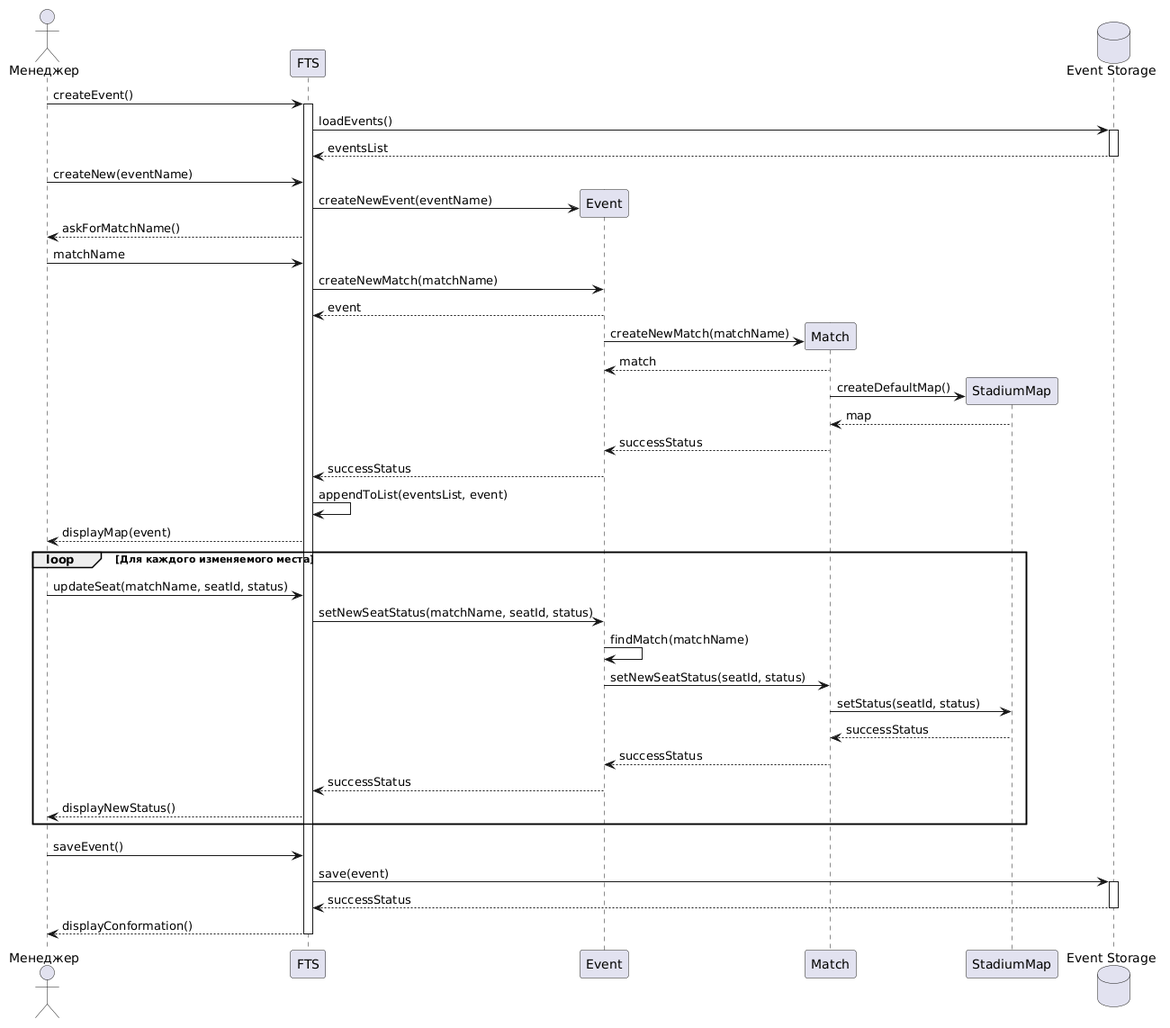
penamarth/bsbo-11-24_team5_var10_football keeps this PlantUML diagram as source/diagram3.png. Above is the earlier version. The source it was exported from:
```plantuml
@startuml
actor "Менеджер" as Manager

participant "FTS" as Controller
participant "Event" as Event
participant "Match" as Match
participant "StadiumMap" as Map
database "Event Storage" as DB

Manager -> Controller : createEvent()
activate Controller

Controller -> DB: loadEvents()
activate DB
DB --> Controller : eventsList
deactivate DB


Manager -> Controller : createNew(eventName)
create Event
Controller -> Event : createNewEvent(eventName)
Controller --> Manager : askForMatchName()
Manager -> Controller: matchName
Controller -> Event : createNewMatch(matchName)
Event --> Controller : event
create Match
Event -> Match: createNewMatch(matchName)
Match --> Event : match
create Map
Match -> Map : createDefaultMap()
Map --> Match : map
Match --> Event : successStatus
Event --> Controller : successStatus
Controller -> Controller : appendToList(eventsList, event)
Controller --> Manager : displayMap(event)

loop Для каждого изменяемого места
    Manager -> Controller : updateSeat(matchName, seatId, status)
    Controller -> Event : setNewSeatStatus(matchName, seatId, status)
    Event -> Event : findMatch(matchName)
    Event -> Match : setNewSeatStatus(seatId, status)
    Match -> Map : setStatus(seatId, status)
    Map --> Match : successStatus
    Match --> Event : successStatus
    Event --> Controller : successStatus
    Controller --> Manager : displayNewStatus()
end

Manager -> Controller : saveEvent()
Controller -> DB : save(event)
activate DB
DB --> Controller : successStatus
deactivate DB
Controller --> Manager : displayConformation()
deactivate Controller
@enduml
```
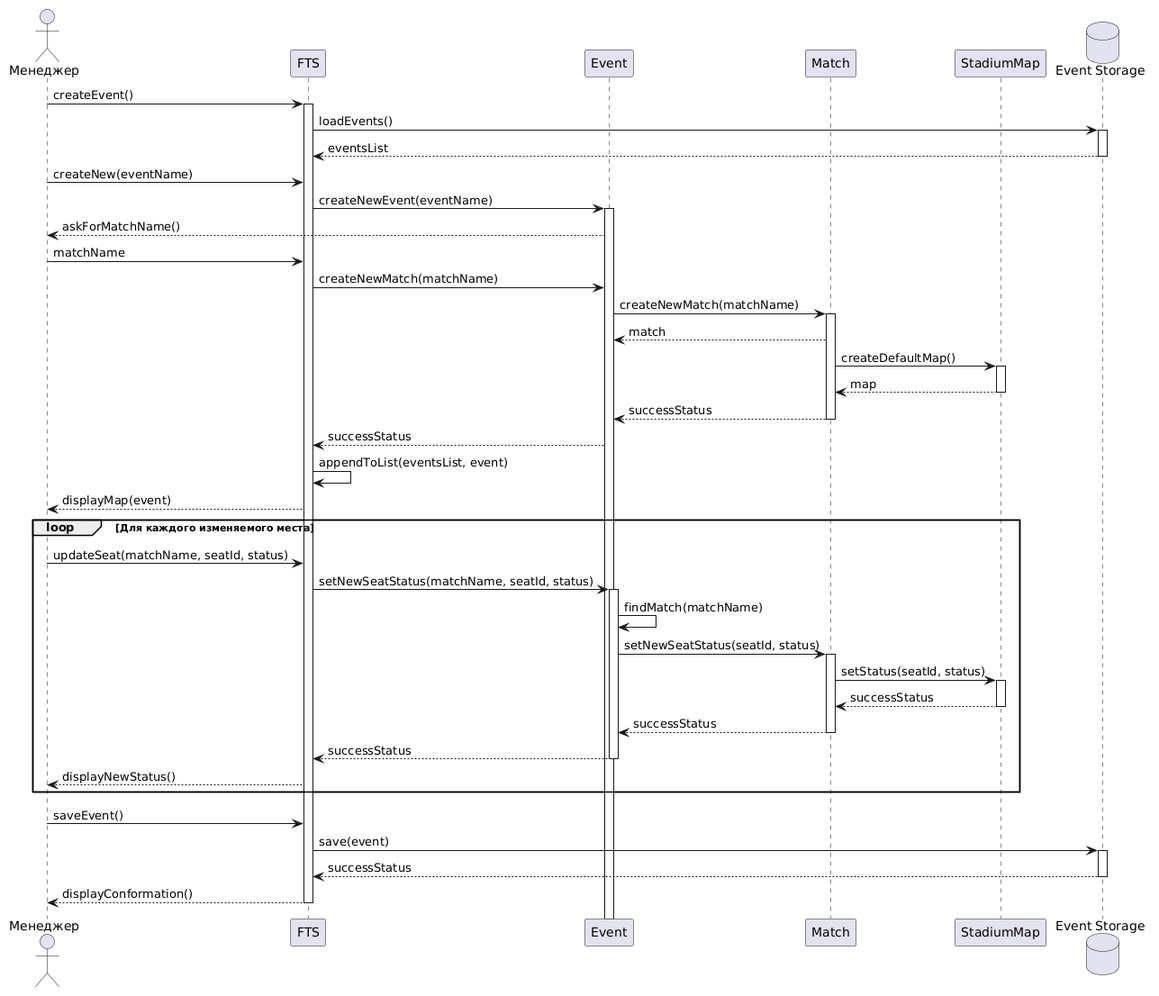
After the commit.

Diff of the diagram source:
```diff
@@ -10,47 +10,73 @@
 Manager -> Controller : createEvent()
 activate Controller
 
-Controller -> DB: loadEvents()
+Controller -> DB : loadEvents()
 activate DB
 DB --> Controller : eventsList
 deactivate DB
 
+Manager -> Controller : createNew(eventName)
 
-Manager -> Controller : createNew(eventName)
-create Event
 Controller -> Event : createNewEvent(eventName)
-Controller --> Manager : askForMatchName()
-Manager -> Controller: matchName
+activate Event
+
+Event --> Manager : askForMatchName()
+Manager -> Controller : matchName
+
 Controller -> Event : createNewMatch(matchName)
-Event --> Controller : event
-create Match
-Event -> Match: createNewMatch(matchName)
+
+Event -> Match : createNewMatch(matchName)
+activate Match
+
 Match --> Event : match
-create Map
+
 Match -> Map : createDefaultMap()
+activate Map
 Map --> Match : map
+deactivate Map
+
 Match --> Event : successStatus
+deactivate Match
+
 Event --> Controller : successStatus
+
 Controller -> Controller : appendToList(eventsList, event)
+
 Controller --> Manager : displayMap(event)
 
 loop Для каждого изменяемого места
     Manager -> Controller : updateSeat(matchName, seatId, status)
+
     Controller -> Event : setNewSeatStatus(matchName, seatId, status)
+    activate Event
+
     Event -> Event : findMatch(matchName)
+
     Event -> Match : setNewSeatStatus(seatId, status)
+    activate Match
+
     Match -> Map : setStatus(seatId, status)
+    activate Map
     Map --> Match : successStatus
+    deactivate Map
+
     Match --> Event : successStatus
+    deactivate Match
+
     Event --> Controller : successStatus
+    deactivate Event
+
     Controller --> Manager : displayNewStatus()
 end
 
 Manager -> Controller : saveEvent()
+
 Controller -> DB : save(event)
 activate DB
 DB --> Controller : successStatus
 deactivate DB
+
 Controller --> Manager : displayConformation()
+
 deactivate Controller
 @enduml
```
